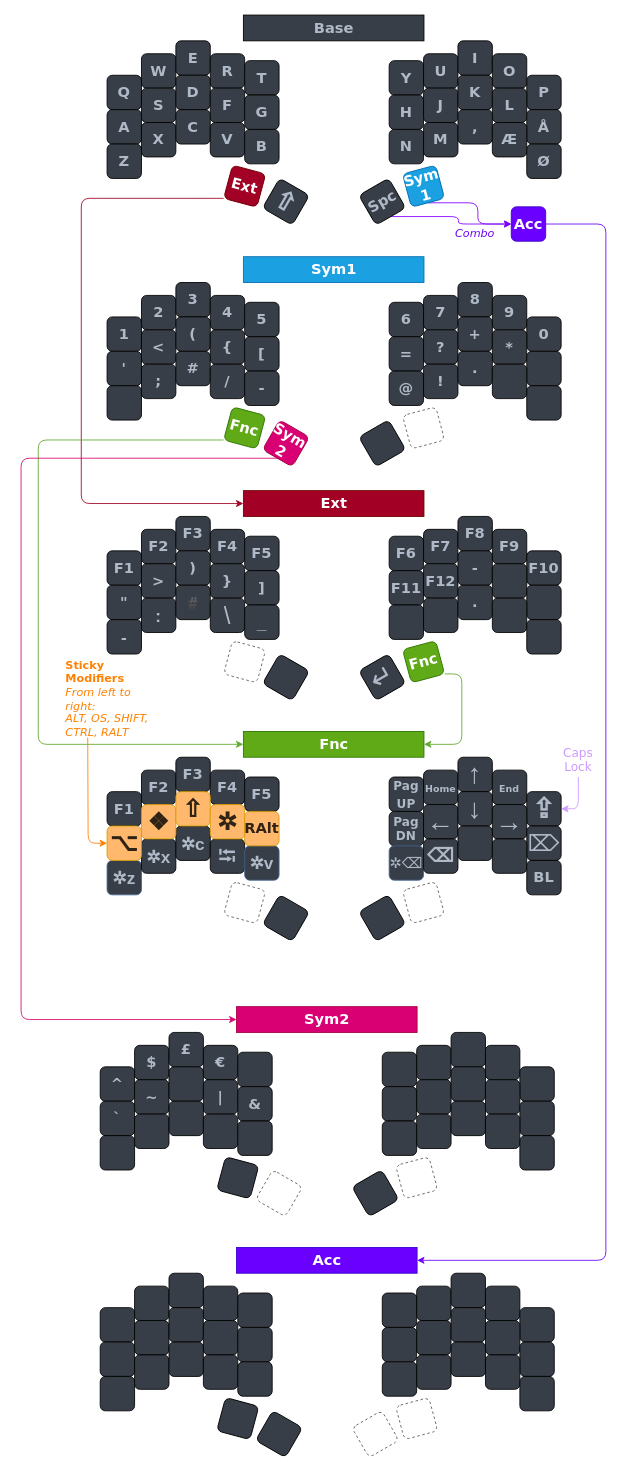
The draw.io diagram Palm Keyboard Layout.drawio in henrik-palm/zmk-urchin, before the edit. Source tidied: cells renumbered, new cells numbered last; positions are measured from the earlier drawing's top-left corner, leaving out a move shared by most shapes. Both pictures are drawn from the tidied source at 86%, with x=0, y=0 at pixel (21, 15).
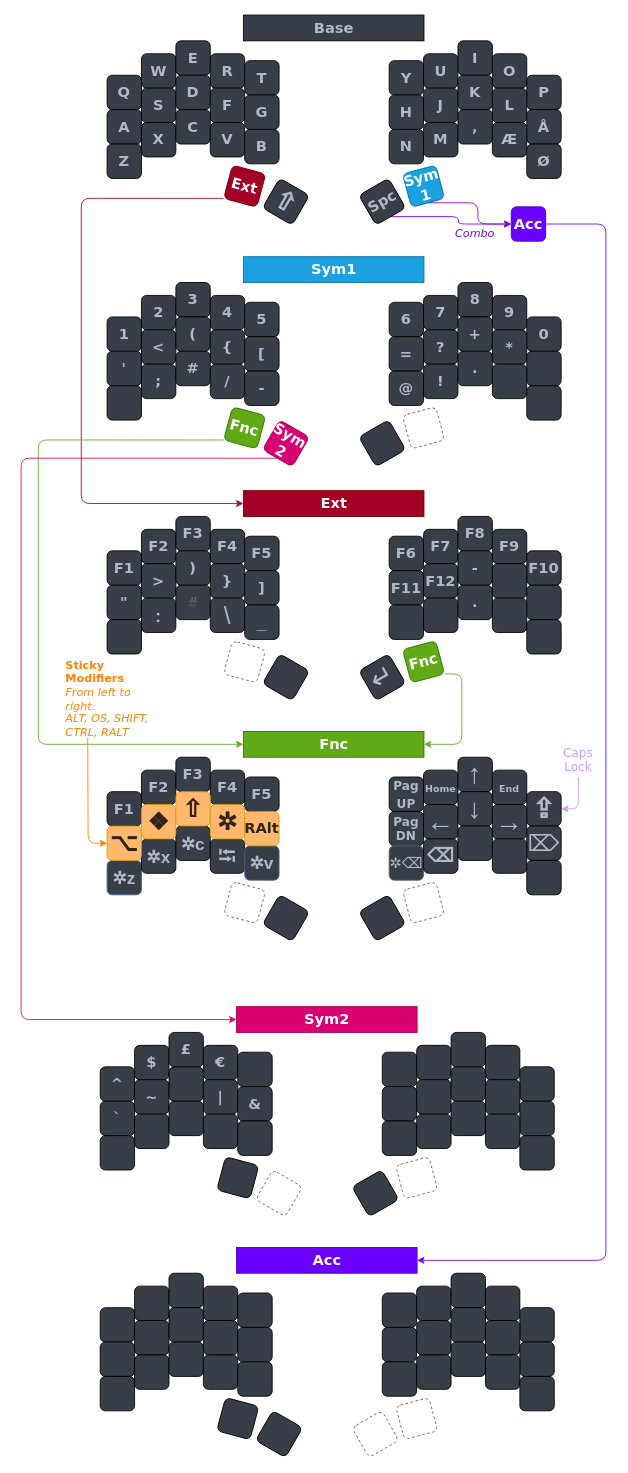
Above is the later version.

Diff of the diagram source:
```diff
@@
-    <mxCell id="87" value="&lt;font face=&quot;segoe ui emoji, apple color emoji, noto color emoji&quot;&gt;&lt;span style=&quot;font-size: 20px;&quot;&gt;-&lt;/span&gt;&lt;/font&gt;" style="whiteSpace=wrap;html=1;fontSize=17;fontFamily=Verdana;fontStyle=1;fontColor=#AFB9C7;fillColor=#383E47;rounded=1;" parent="1" vertex="1">
+    <mxCell id="87" style="whiteSpace=wrap;html=1;fontSize=17;fontFamily=Verdana;fontStyle=1;fontColor=#AFB9C7;fillColor=#383E47;rounded=1;" parent="1" vertex="1">
       <mxGeometry x="100" y="703" width="40" height="40" as="geometry" />
     </mxCell>
@@
-    <mxCell id="141" value="BL" style="whiteSpace=wrap;html=1;fontSize=17;fontFamily=Verdana;fontStyle=1;fontColor=#AFB9C7;fillColor=#383E47;rounded=1;" parent="1" vertex="1">
+    <mxCell id="141" style="whiteSpace=wrap;html=1;fontSize=17;fontFamily=Verdana;fontStyle=1;fontColor=#AFB9C7;fillColor=#383E47;rounded=1;" parent="1" vertex="1">
       <mxGeometry x="588" y="983" width="40" height="40" as="geometry" />
     </mxCell>
```
